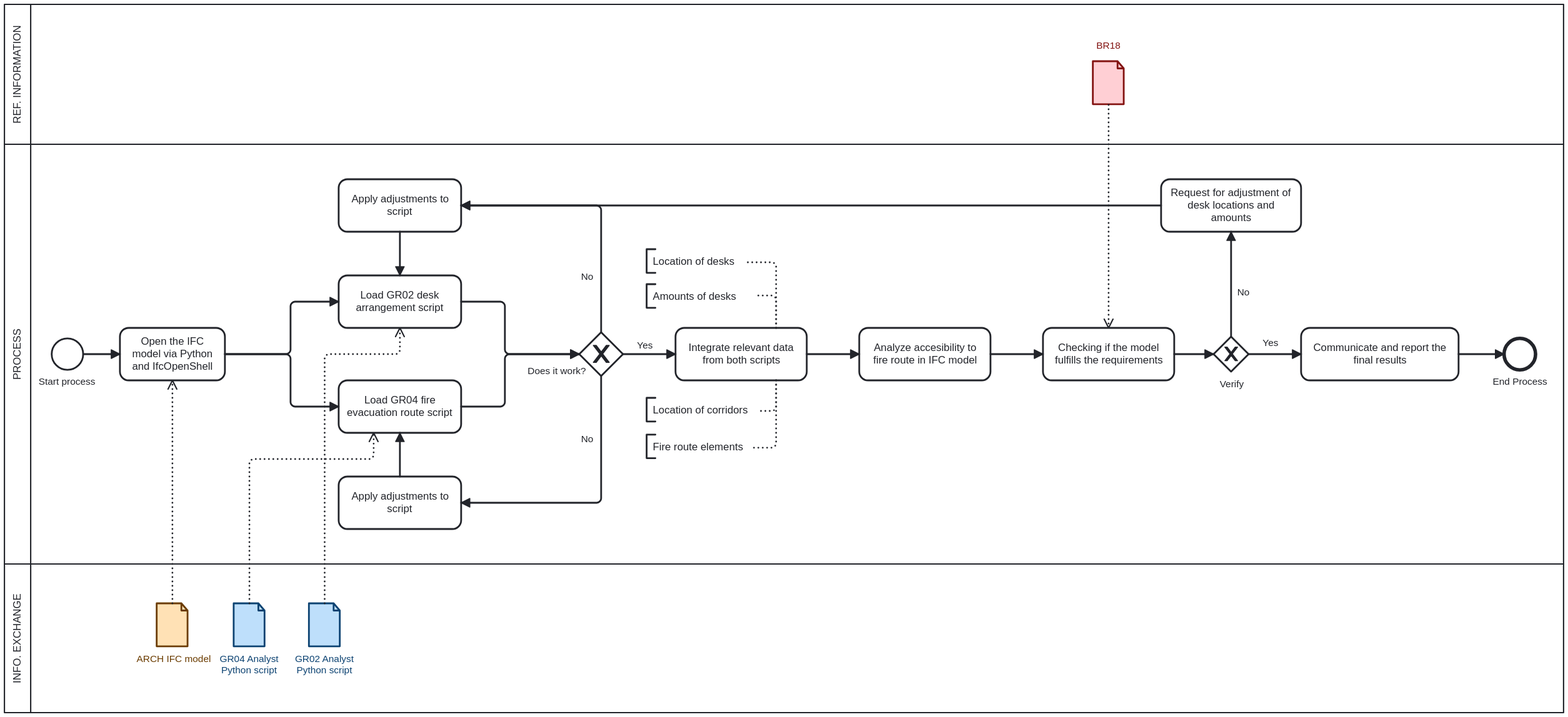
NicolaiVoldstedlund/BIMmanager_g_01 keeps this BPMN diagram as A2/IMG/GR01_A2.svg. Above is the earlier version. Its source is kept beside it as A2/IMG/GR01_A2.bpmn. Ids are renumbered.
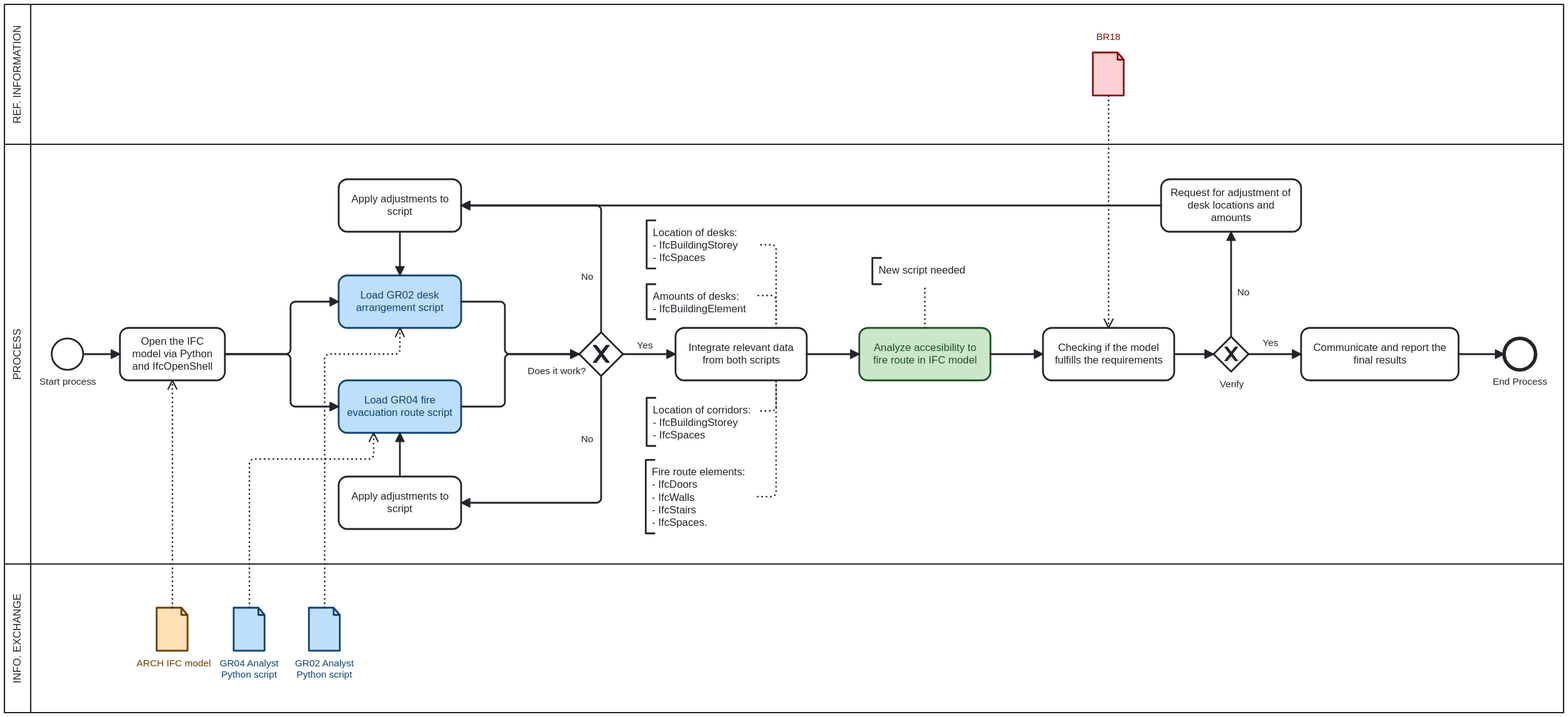
Above is the later version.

Change to the diagram source:
```diff
@@ -4,21 +4,35 @@
     <bpmn:participant id="Participant_n3" name="REF. INFORMATION" processRef="Process_n4" />
     <bpmn:participant id="Participant_n5" name="INFO. EXCHANGE" processRef="Process_n6" />
     <bpmn:textAnnotation id="TextAnnotation_n7">
-      <bpmn:text>Amounts of desks</bpmn:text>
+      <bpmn:text>Amounts of desks:
+- IfcBuildingElement</bpmn:text>
     </bpmn:textAnnotation>
     <bpmn:textAnnotation id="TextAnnotation_n8">
-      <bpmn:text>Location of desks</bpmn:text>
+      <bpmn:text>Location of desks:
+- IfcBuildingStorey
+- IfcSpaces</bpmn:text>
     </bpmn:textAnnotation>
     <bpmn:textAnnotation id="TextAnnotation_n9">
-      <bpmn:text>Location of corridors</bpmn:text>
+      <bpmn:text>Location of corridors:
+- IfcBuildingStorey
+- IfcSpaces</bpmn:text>
     </bpmn:textAnnotation>
     <bpmn:textAnnotation id="TextAnnotation_n10">
-      <bpmn:text>Fire route elements</bpmn:text>
+      <bpmn:text>Fire route elements:
+- IfcDoors
+- IfcWalls
+- IfcStairs
+- IfcSpaces.</bpmn:text>
     </bpmn:textAnnotation>
     <bpmn:association id="Association_n11" associationDirection="None" sourceRef="Association_n12" targetRef="TextAnnotation_n10" />
     <bpmn:association id="Association_n13" associationDirection="None" sourceRef="Task_Integrate" targetRef="TextAnnotation_n7" />
     <bpmn:association id="Association_n14" associationDirection="None" sourceRef="Task_Integrate" targetRef="TextAnnotation_n8" />
     <bpmn:association id="Association_n12" associationDirection="None" sourceRef="Task_Integrate" targetRef="TextAnnotation_n9" />
+    <bpmn:association id="Association_n49" associationDirection="None" sourceRef="TextAnnotation_n10" targetRef="Association_n12" />
+    <bpmn:textAnnotation id="TextAnnotation_n50">
+      <bpmn:text>New script needed</bpmn:text>
+    </bpmn:textAnnotation>
+    <bpmn:association id="Association_n51" associationDirection="None" sourceRef="Task_Analyze" targetRef="TextAnnotation_n50" />
   </bpmn:collaboration>
   <bpmn:process id="Process_1" isExecutable="false">
     <bpmn:startEvent id="StartEvent_1" name="Start process">
@@ -128,12 +142,12 @@
     <bpmn:dataObject id="DataObject_n42" />
   </bpmn:process>
   <bpmn:process id="Process_n6">
-    <bpmn:dataObjectReference id="DataObjectReference_n31" name="ARCH IFC model" dataObjectRef="DataObject_n43" />
-    <bpmn:dataObject id="DataObject_n43" />
     <bpmn:dataObjectReference id="DataObjectReference_n35" name="GR02 Analyst Python script" dataObjectRef="DataObject_n44" />
     <bpmn:dataObject id="DataObject_n44" />
     <bpmn:dataObjectReference id="DataObjectReference_n39" name="GR04 Analyst Python script" dataObjectRef="DataObject_n45" />
     <bpmn:dataObject id="DataObject_n45" />
+    <bpmn:dataObjectReference id="DataObjectReference_n31" name="ARCH IFC model" dataObjectRef="DataObject_n43" />
+    <bpmn:dataObject id="DataObject_n43" />
   </bpmn:process>
   <bpmndi:BPMNDiagram id="BPMNDiagram_1">
     <bpmndi:BPMNPlane id="BPMNPlane_1" bpmnElement="Collaboration_n1">
@@ -146,10 +160,6 @@
         <bpmndi:BPMNLabel>
           <dc:Bounds x="197" y="505" width="66" height="14" />
         </bpmndi:BPMNLabel>
-      </bpmndi:BPMNShape>
-      <bpmndi:BPMNShape id="Task_Indlaes_di" bpmnElement="Task_Indlaes">
-        <dc:Bounds x="290" y="450" width="120" height="60" />
-        <bpmndi:BPMNLabel />
       </bpmndi:BPMNShape>
       <bpmndi:BPMNShape id="Gateway_0xp574m_di" bpmnElement="Gateway_ParallelJoin" isMarkerVisible="true">
         <dc:Bounds x="815" y="455" width="50" height="50" />
@@ -171,15 +181,19 @@
         <dc:Bounds x="925" y="450" width="150" height="60" />
         <bpmndi:BPMNLabel />
       </bpmndi:BPMNShape>
-      <bpmndi:BPMNShape id="Task_Analyze_di" bpmnElement="Task_Analyze">
+      <bpmndi:BPMNShape id="Task_Analyze_di" bpmnElement="Task_Analyze" bioc:stroke="#205022" bioc:fill="#c8e6c9" color:background-color="#c8e6c9" color:border-color="#205022">
         <dc:Bounds x="1135" y="450" width="150" height="60" />
         <bpmndi:BPMNLabel />
       </bpmndi:BPMNShape>
-      <bpmndi:BPMNShape id="Task_Desk_di" bpmnElement="Task_Desk">
+      <bpmndi:BPMNShape id="Task_Indlaes_di" bpmnElement="Task_Indlaes">
+        <dc:Bounds x="290" y="450" width="120" height="60" />
+        <bpmndi:BPMNLabel />
+      </bpmndi:BPMNShape>
+      <bpmndi:BPMNShape id="Task_Desk_di" bpmnElement="Task_Desk" bioc:stroke="#0d4372" bioc:fill="#bbdefb" color:background-color="#bbdefb" color:border-color="#0d4372">
         <dc:Bounds x="540" y="390" width="140" height="60" />
         <bpmndi:BPMNLabel />
       </bpmndi:BPMNShape>
-      <bpmndi:BPMNShape id="Task_EvacReq_di" bpmnElement="Task_EvacReq">
+      <bpmndi:BPMNShape id="Task_EvacReq_di" bpmnElement="Task_EvacReq" bioc:stroke="#0d4372" bioc:fill="#bbdefb" color:background-color="#bbdefb" color:border-color="#0d4372">
         <dc:Bounds x="540" y="510" width="140" height="60" />
         <bpmndi:BPMNLabel />
       </bpmndi:BPMNShape>
@@ -298,42 +312,77 @@
         <di:waypoint x="610" y="620" />
         <di:waypoint x="610" y="570" />
       </bpmndi:BPMNEdge>
-      <bpmndi:BPMNShape id="Participant_n5_di" bpmnElement="Participant_n5" isHorizontal="true">
-        <dc:Bounds x="158" y="720" width="1782" height="170" />
-        <bpmndi:BPMNLabel />
-      </bpmndi:BPMNShape>
-      <bpmndi:BPMNShape id="DataObjectReference_n31_di" bpmnElement="DataObjectReference_n31" bioc:stroke="#6b3c00" bioc:fill="#ffe0b2" color:background-color="#ffe0b2" color:border-color="#6b3c00">
-        <dc:Bounds x="332" y="765" width="36" height="50" />
-        <bpmndi:BPMNLabel>
-          <dc:Bounds x="309" y="822" width="85" height="14" />
-        </bpmndi:BPMNLabel>
-      </bpmndi:BPMNShape>
-      <bpmndi:BPMNShape id="DataObjectReference_n35_di" bpmnElement="DataObjectReference_n35" bioc:stroke="#0d4372" bioc:fill="#bbdefb" color:background-color="#bbdefb" color:border-color="#0d4372">
-        <dc:Bounds x="506" y="765" width="36" height="50" />
-        <bpmndi:BPMNLabel color:color="#0d4372">
-          <dc:Bounds x="490" y="822" width="68" height="27" />
-        </bpmndi:BPMNLabel>
-      </bpmndi:BPMNShape>
-      <bpmndi:BPMNShape id="DataObjectReference_n39_di" bpmnElement="DataObjectReference_n39" bioc:stroke="#0d4372" bioc:fill="#bbdefb" color:background-color="#bbdefb" color:border-color="#0d4372">
-        <dc:Bounds x="420" y="765" width="36" height="50" />
-        <bpmndi:BPMNLabel>
-          <dc:Bounds x="404" y="822" width="68" height="27" />
-        </bpmndi:BPMNLabel>
-      </bpmndi:BPMNShape>
       <bpmndi:BPMNShape id="Participant_n3_di" bpmnElement="Participant_n3" isHorizontal="true">
         <dc:Bounds x="158" y="80" width="1782" height="160" />
         <bpmndi:BPMNLabel />
       </bpmndi:BPMNShape>
       <bpmndi:BPMNShape id="DataObjectReference_n26_di" bpmnElement="DataObjectReference_n26" bioc:stroke="#831311" bioc:fill="#ffcdd2" color:background-color="#ffcdd2" color:border-color="#831311">
-        <dc:Bounds x="1402" y="145" width="36" height="50" />
+        <dc:Bounds x="1402" y="135" width="36" height="50" />
         <bpmndi:BPMNLabel>
-          <dc:Bounds x="1406" y="121" width="28" height="14" />
+          <dc:Bounds x="1406" y="111" width="28" height="14" />
         </bpmndi:BPMNLabel>
       </bpmndi:BPMNShape>
-      <bpmndi:BPMNEdge id="Association_n11_di" bpmnElement="Association_n11">
-        <di:waypoint x="1040" y="510" />
-        <di:waypoint x="1040" y="587" />
-        <di:waypoint x="1012" y="587" />
+      <bpmndi:BPMNShape id="Participant_n5_di" bpmnElement="Participant_n5" isHorizontal="true">
+        <dc:Bounds x="158" y="720" width="1782" height="170" />
+        <bpmndi:BPMNLabel />
+      </bpmndi:BPMNShape>
+      <bpmndi:BPMNShape id="DataObjectReference_n35_di" bpmnElement="DataObjectReference_n35" bioc:stroke="#0d4372" bioc:fill="#bbdefb" color:background-color="#bbdefb" color:border-color="#0d4372">
+        <dc:Bounds x="506" y="770" width="36" height="50" />
+        <bpmndi:BPMNLabel color:color="#0d4372">
+          <dc:Bounds x="490" y="827" width="68" height="27" />
+        </bpmndi:BPMNLabel>
+      </bpmndi:BPMNShape>
+      <bpmndi:BPMNShape id="DataObjectReference_n39_di" bpmnElement="DataObjectReference_n39" bioc:stroke="#0d4372" bioc:fill="#bbdefb" color:background-color="#bbdefb" color:border-color="#0d4372">
+        <dc:Bounds x="420" y="770" width="36" height="50" />
+        <bpmndi:BPMNLabel>
+          <dc:Bounds x="404" y="827" width="68" height="27" />
+        </bpmndi:BPMNLabel>
+      </bpmndi:BPMNShape>
+      <bpmndi:BPMNShape id="DataObjectReference_n31_di" bpmnElement="DataObjectReference_n31" bioc:stroke="#6b3c00" bioc:fill="#ffe0b2" color:background-color="#ffe0b2" color:border-color="#6b3c00">
+        <dc:Bounds x="332" y="770" width="36" height="50" />
+        <bpmndi:BPMNLabel>
+          <dc:Bounds x="309" y="827" width="85" height="14" />
+        </bpmndi:BPMNLabel>
+      </bpmndi:BPMNShape>
+      <bpmndi:BPMNEdge id="Association_n51_di" bpmnElement="Association_n51">
+        <di:waypoint x="1210" y="450" />
+        <di:waypoint x="1210" y="400" />
+      </bpmndi:BPMNEdge>
+      <bpmndi:BPMNShape id="TextAnnotation_n7_di" bpmnElement="TextAnnotation_n7">
+        <dc:Bounds x="892" y="400" width="126.99105575499748" height="40.48582738549442" />
+        <bpmndi:BPMNLabel />
+      </bpmndi:BPMNShape>
+      <bpmndi:BPMNShape id="TextAnnotation_n8_di" bpmnElement="TextAnnotation_n8">
+        <dc:Bounds x="892" y="327" width="127" height="55" />
+        <bpmndi:BPMNLabel />
+      </bpmndi:BPMNShape>
+      <bpmndi:BPMNShape id="TextAnnotation_n9_di" bpmnElement="TextAnnotation_n9">
+        <dc:Bounds x="892" y="530" width="126.99105575499748" height="55.322963699155494" />
+        <bpmndi:BPMNLabel />
+      </bpmndi:BPMNShape>
+      <bpmndi:BPMNShape id="TextAnnotation_n10_di" bpmnElement="TextAnnotation_n10">
+        <dc:Bounds x="891" y="601" width="127" height="84" />
+        <bpmndi:BPMNLabel />
+      </bpmndi:BPMNShape>
+      <bpmndi:BPMNEdge id="DataInputAssociation_n25_di" bpmnElement="DataInputAssociation_n25">
+        <di:waypoint x="1420" y="185" />
+        <di:waypoint x="1420" y="450" />
+      </bpmndi:BPMNEdge>
+      <bpmndi:BPMNEdge id="DataInputAssociation_n30_di" bpmnElement="DataInputAssociation_n30">
+        <di:waypoint x="350" y="770" />
+        <di:waypoint x="350" y="510" />
+      </bpmndi:BPMNEdge>
+      <bpmndi:BPMNEdge id="DataInputAssociation_n34_di" bpmnElement="DataInputAssociation_n34">
+        <di:waypoint x="524" y="770" />
+        <di:waypoint x="524" y="480" />
+        <di:waypoint x="610" y="480" />
+        <di:waypoint x="610" y="450" />
+      </bpmndi:BPMNEdge>
+      <bpmndi:BPMNEdge id="DataInputAssociation_n38_di" bpmnElement="DataInputAssociation_n38">
+        <di:waypoint x="438" y="770" />
+        <di:waypoint x="438" y="600" />
+        <di:waypoint x="580" y="600" />
+        <di:waypoint x="580" y="570" />
       </bpmndi:BPMNEdge>
       <bpmndi:BPMNEdge id="Association_n13_di" bpmnElement="Association_n13">
         <di:waypoint x="1040" y="450" />
@@ -342,48 +391,21 @@
       </bpmndi:BPMNEdge>
       <bpmndi:BPMNEdge id="Association_n14_di" bpmnElement="Association_n14">
         <di:waypoint x="1040" y="450" />
-        <di:waypoint x="1040" y="375" />
-        <di:waypoint x="1003" y="375" />
+        <di:waypoint x="1040" y="355" />
+        <di:waypoint x="1020" y="355" />
       </bpmndi:BPMNEdge>
       <bpmndi:BPMNEdge id="Association_n12_di" bpmnElement="Association_n12">
         <di:waypoint x="1040" y="510" />
         <di:waypoint x="1040" y="545" />
         <di:waypoint x="1019" y="545" />
       </bpmndi:BPMNEdge>
-      <bpmndi:BPMNEdge id="DataInputAssociation_n30_di" bpmnElement="DataInputAssociation_n30">
-        <di:waypoint x="350" y="765" />
-        <di:waypoint x="350" y="510" />
+      <bpmndi:BPMNEdge id="Association_n49_di" bpmnElement="Association_n49">
+        <di:waypoint x="1019" y="643" />
+        <di:waypoint x="1040" y="643" />
+        <di:waypoint x="1040" y="510" />
       </bpmndi:BPMNEdge>
-      <bpmndi:BPMNEdge id="DataInputAssociation_n38_di" bpmnElement="DataInputAssociation_n38">
-        <di:waypoint x="438" y="765" />
-        <di:waypoint x="438" y="600" />
-        <di:waypoint x="580" y="600" />
-        <di:waypoint x="580" y="570" />
-      </bpmndi:BPMNEdge>
-      <bpmndi:BPMNEdge id="DataInputAssociation_n34_di" bpmnElement="DataInputAssociation_n34">
-        <di:waypoint x="524" y="765" />
-        <di:waypoint x="524" y="480" />
-        <di:waypoint x="610" y="480" />
-        <di:waypoint x="610" y="450" />
-      </bpmndi:BPMNEdge>
-      <bpmndi:BPMNEdge id="DataInputAssociation_n25_di" bpmnElement="DataInputAssociation_n25">
-        <di:waypoint x="1420" y="195" />
-        <di:waypoint x="1420" y="450" />
-      </bpmndi:BPMNEdge>
-      <bpmndi:BPMNShape id="TextAnnotation_n7_di" bpmnElement="TextAnnotation_n7">
-        <dc:Bounds x="892" y="400" width="126.98211875843455" height="26.990553306342782" />
-        <bpmndi:BPMNLabel />
-      </bpmndi:BPMNShape>
-      <bpmndi:BPMNShape id="TextAnnotation_n8_di" bpmnElement="TextAnnotation_n8">
-        <dc:Bounds x="892" y="360" width="110.78778677462888" height="26.990553306342782" />
-        <bpmndi:BPMNLabel />
-      </bpmndi:BPMNShape>
-      <bpmndi:BPMNShape id="TextAnnotation_n9_di" bpmnElement="TextAnnotation_n9">
-        <dc:Bounds x="892" y="530" width="126.99618320233427" height="26.990553306342782" />
-        <bpmndi:BPMNLabel />
-      </bpmndi:BPMNShape>
-      <bpmndi:BPMNShape id="TextAnnotation_n10_di" bpmnElement="TextAnnotation_n10">
-        <dc:Bounds x="892" y="572" width="119.99550843850162" height="26.990553306342782" />
+      <bpmndi:BPMNShape id="TextAnnotation_n50_di" bpmnElement="TextAnnotation_n50">
+        <dc:Bounds x="1150" y="370" width="120" height="30" />
         <bpmndi:BPMNLabel />
       </bpmndi:BPMNShape>
     </bpmndi:BPMNPlane>
```
